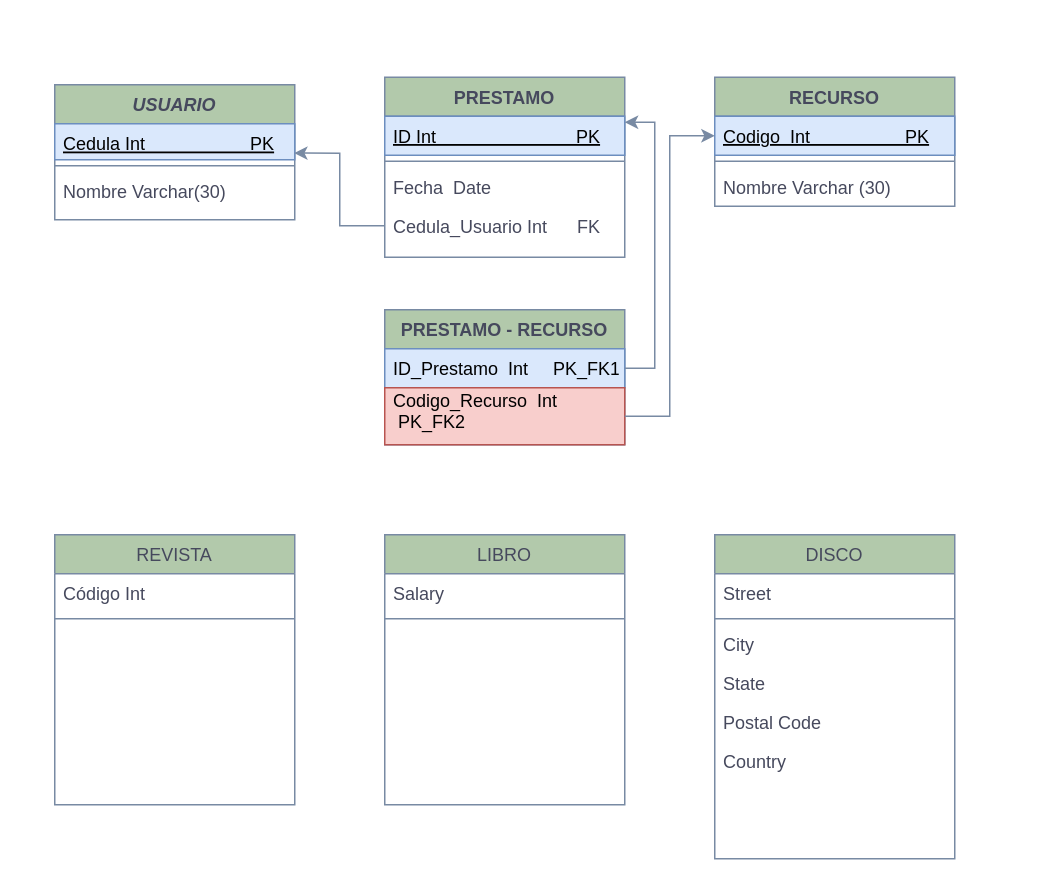
LillyOlivar/Proyectos-VHDL keeps this draw.io diagram as Diagrama sin título.drawio. Above is the earlier version. Source tidied: cells renumbered, new cells numbered last; positions are measured from the earlier drawing's top-left corner, leaving out a move shared by most shapes. Both pictures are drawn from the tidied source at 150%, with x=0, y=0 at pixel (54, 76).
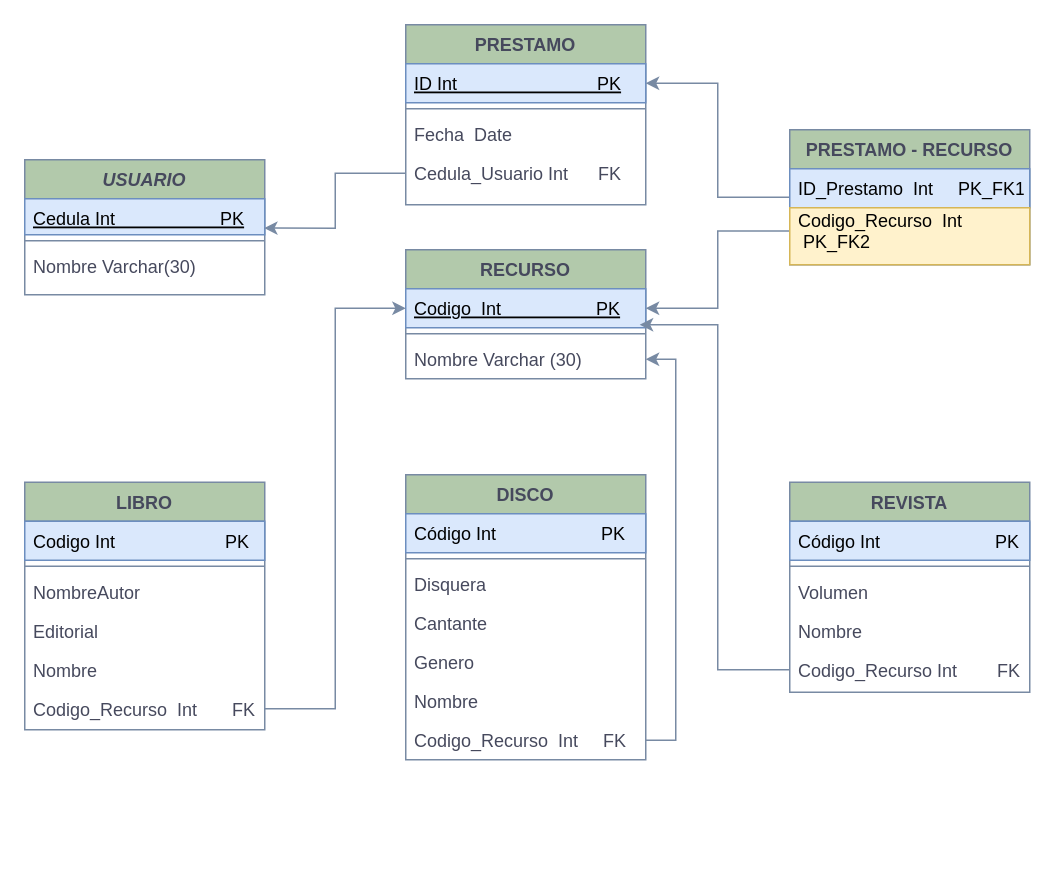
Above is the later version.

The change refers to these unchanged cells:
```xml
<mxCell id="7" value="Codigo  Int                   PK" style="text;align=left;verticalAlign=top;spacingLeft=4;spacingRight=4;overflow=hidden;points=[[0,0.5],[1,0.5]];portConstraint=eastwest;labelBackgroundColor=none;fillColor=#dae8fc;strokeColor=#6c8ebf;fontStyle=4;" parent="6" vertex="1">
  <mxGeometry y="26" width="160" height="26" as="geometry" />
</mxCell>
<mxCell id="9" value="Nombre Varchar (30)" style="text;align=left;verticalAlign=middle;spacingLeft=4;spacingRight=4;overflow=hidden;points=[[0,0.5],[1,0.5]];portConstraint=eastwest;labelBackgroundColor=none;fontColor=#46495D;" parent="6" vertex="1">
  <mxGeometry y="60" width="160" height="26" as="geometry" />
</mxCell>
<mxCell id="14" value="ID Int                            PK" style="text;align=left;verticalAlign=top;spacingLeft=4;spacingRight=4;overflow=hidden;points=[[0,0.5],[1,0.5]];portConstraint=eastwest;labelBackgroundColor=none;fillColor=#dae8fc;strokeColor=#6c8ebf;fontStyle=4;" parent="13" vertex="1">
  <mxGeometry y="26" width="160" height="26" as="geometry" />
</mxCell>
<mxCell id="29" value="ID_Prestamo  Int     PK_FK1" style="text;align=left;verticalAlign=top;spacingLeft=4;spacingRight=4;overflow=hidden;points=[[0,0.5],[1,0.5]];portConstraint=eastwest;labelBackgroundColor=none;fillColor=#dae8fc;strokeColor=#6c8ebf;" parent="28" vertex="1">
  <mxGeometry y="26" width="160" height="26" as="geometry" />
</mxCell>
```

Change to the diagram source:
```diff
@@
     <mxCell id="2" value="USUARIO" style="swimlane;fontStyle=3;align=center;verticalAlign=middle;horizontal=1;startSize=26;rounded=0;shadow=0;strokeWidth=1;labelBackgroundColor=none;fillColor=#B2C9AB;strokeColor=#788AA3;fontColor=#46495D;" parent="1" vertex="1">
-      <mxGeometry y="5" width="160" height="90" as="geometry" />
+      <mxGeometry x="-20" y="55" width="160" height="90" as="geometry" />
     </mxCell>
@@
     <mxCell id="6" value="RECURSO" style="swimlane;fontStyle=1;align=center;verticalAlign=top;horizontal=1;startSize=26;rounded=0;shadow=0;strokeWidth=1;labelBackgroundColor=none;fillColor=#B2C9AB;strokeColor=#788AA3;fontColor=#46495D;" parent="1" vertex="1">
-      <mxGeometry x="440" width="160" height="86" as="geometry" />
+      <mxGeometry x="234" y="115" width="160" height="86" as="geometry" />
     </mxCell>
@@
-    <mxCell id="10" value="LIBRO" style="swimlane;fontStyle=0;align=center;verticalAlign=top;horizontal=1;startSize=26;rounded=0;shadow=0;strokeWidth=1;labelBackgroundColor=none;fillColor=#B2C9AB;strokeColor=#788AA3;fontColor=#46495D;" parent="1" vertex="1">
-      <mxGeometry x="220" y="305" width="160" height="180" as="geometry" />
+    <mxCell id="10" value="LIBRO" style="swimlane;fontStyle=1;align=center;verticalAlign=top;horizontal=1;startSize=26;rounded=0;shadow=0;strokeWidth=1;labelBackgroundColor=none;fillColor=#B2C9AB;strokeColor=#788AA3;fontColor=#46495D;" parent="1" vertex="1">
+      <mxGeometry x="-20" y="270" width="160" height="165" as="geometry" />
     </mxCell>
-    <mxCell id="11" value="Salary" style="text;align=left;verticalAlign=top;spacingLeft=4;spacingRight=4;overflow=hidden;labelBackgroundColor=none;fontColor=#46495D;" parent="10" vertex="1">
+    <mxCell id="11" value="Codigo Int                      PK" style="text;align=left;verticalAlign=top;spacingLeft=4;spacingRight=4;overflow=hidden;labelBackgroundColor=none;fillColor=#dae8fc;strokeColor=#6c8ebf;" parent="10" vertex="1">
       <mxGeometry y="26" width="160" height="26" as="geometry" />
     </mxCell>
@@
+    <mxCell id="34" value="NombreAutor" style="text;align=left;verticalAlign=top;spacingLeft=4;spacingRight=4;overflow=hidden;labelBackgroundColor=none;fontColor=#46495D;" parent="10" vertex="1">
+      <mxGeometry y="60" width="160" height="26" as="geometry" />
+    </mxCell>
+    <mxCell id="35" value="Editorial" style="text;align=left;verticalAlign=top;spacingLeft=4;spacingRight=4;overflow=hidden;labelBackgroundColor=none;fontColor=#46495D;" parent="10" vertex="1">
+      <mxGeometry y="86" width="160" height="26" as="geometry" />
+    </mxCell>
+    <mxCell id="36" value="Nombre" style="text;align=left;verticalAlign=top;spacingLeft=4;spacingRight=4;overflow=hidden;labelBackgroundColor=none;fontColor=#46495D;" parent="10" vertex="1">
+      <mxGeometry y="112" width="160" height="26" as="geometry" />
+    </mxCell>
+    <mxCell id="37" value="Codigo_Recurso  Int       FK" style="text;align=left;verticalAlign=top;spacingLeft=4;spacingRight=4;overflow=hidden;points=[[0,0.5],[1,0.5]];portConstraint=eastwest;labelBackgroundColor=none;fontColor=#46495D;" parent="10" vertex="1">
+      <mxGeometry y="138" width="160" height="26" as="geometry" />
+    </mxCell>
     <mxCell id="13" value="PRESTAMO" style="swimlane;fontStyle=1;align=center;verticalAlign=middle;horizontal=1;startSize=26;rounded=0;shadow=0;strokeWidth=1;labelBackgroundColor=none;fillColor=#B2C9AB;strokeColor=#788AA3;fontColor=#46495D;" parent="1" vertex="1">
-      <mxGeometry x="220" width="160" height="120" as="geometry" />
+      <mxGeometry x="234" y="-35" width="160" height="120" as="geometry" />
     </mxCell>
@@
-    <mxCell id="18" value="DISCO" style="swimlane;fontStyle=0;align=center;verticalAlign=top;horizontal=1;startSize=26;rounded=0;shadow=0;strokeWidth=1;labelBackgroundColor=none;fillColor=#B2C9AB;strokeColor=#788AA3;fontColor=#46495D;" parent="1" vertex="1">
-      <mxGeometry x="440" y="305" width="160" height="216" as="geometry" />
+    <mxCell id="18" value="DISCO" style="swimlane;fontStyle=1;align=center;verticalAlign=top;horizontal=1;startSize=26;rounded=0;shadow=0;strokeWidth=1;labelBackgroundColor=none;fillColor=#B2C9AB;strokeColor=#788AA3;fontColor=#46495D;" parent="1" vertex="1">
+      <mxGeometry x="234" y="265" width="160" height="190" as="geometry" />
     </mxCell>
-    <mxCell id="19" value="Street" style="text;align=left;verticalAlign=top;spacingLeft=4;spacingRight=4;overflow=hidden;labelBackgroundColor=none;fontColor=#46495D;" parent="18" vertex="1">
+    <mxCell id="19" value="Código Int                     PK" style="text;align=left;verticalAlign=top;spacingLeft=4;spacingRight=4;overflow=hidden;labelBackgroundColor=none;fillColor=#dae8fc;strokeColor=#6c8ebf;" parent="18" vertex="1">
       <mxGeometry y="26" width="160" height="26" as="geometry" />
     </mxCell>
@@
-    <mxCell id="21" value="City" style="text;align=left;verticalAlign=top;spacingLeft=4;spacingRight=4;overflow=hidden;rounded=0;shadow=0;html=0;labelBackgroundColor=none;fontColor=#46495D;" parent="18" vertex="1">
+    <mxCell id="21" value="Disquera" style="text;align=left;verticalAlign=top;spacingLeft=4;spacingRight=4;overflow=hidden;rounded=0;shadow=0;html=0;labelBackgroundColor=none;fontColor=#46495D;" parent="18" vertex="1">
       <mxGeometry y="60" width="160" height="26" as="geometry" />
     </mxCell>
-    <mxCell id="22" value="State" style="text;align=left;verticalAlign=top;spacingLeft=4;spacingRight=4;overflow=hidden;rounded=0;shadow=0;html=0;labelBackgroundColor=none;fontColor=#46495D;" parent="18" vertex="1">
+    <mxCell id="22" value="Cantante" style="text;align=left;verticalAlign=top;spacingLeft=4;spacingRight=4;overflow=hidden;rounded=0;shadow=0;html=0;labelBackgroundColor=none;fontColor=#46495D;" parent="18" vertex="1">
       <mxGeometry y="86" width="160" height="26" as="geometry" />
     </mxCell>
-    <mxCell id="23" value="Postal Code" style="text;align=left;verticalAlign=top;spacingLeft=4;spacingRight=4;overflow=hidden;rounded=0;shadow=0;html=0;labelBackgroundColor=none;fontColor=#46495D;" parent="18" vertex="1">
+    <mxCell id="23" value="Genero" style="text;align=left;verticalAlign=top;spacingLeft=4;spacingRight=4;overflow=hidden;rounded=0;shadow=0;html=0;labelBackgroundColor=none;fontColor=#46495D;" parent="18" vertex="1">
       <mxGeometry y="112" width="160" height="26" as="geometry" />
     </mxCell>
-    <mxCell id="24" value="Country" style="text;align=left;verticalAlign=top;spacingLeft=4;spacingRight=4;overflow=hidden;rounded=0;shadow=0;html=0;labelBackgroundColor=none;fontColor=#46495D;" parent="18" vertex="1">
+    <mxCell id="24" value="Nombre" style="text;align=left;verticalAlign=top;spacingLeft=4;spacingRight=4;overflow=hidden;rounded=0;shadow=0;html=0;labelBackgroundColor=none;fontColor=#46495D;" parent="18" vertex="1">
       <mxGeometry y="138" width="160" height="26" as="geometry" />
     </mxCell>
+    <mxCell id="38" value="Codigo_Recurso  Int     FK" style="text;align=left;verticalAlign=top;spacingLeft=4;spacingRight=4;overflow=hidden;points=[[0,0.5],[1,0.5]];portConstraint=eastwest;rounded=0;shadow=0;html=0;labelBackgroundColor=none;fontColor=#46495D;" parent="18" vertex="1">
+      <mxGeometry y="164" width="160" height="26" as="geometry" />
+    </mxCell>
-    <mxCell id="25" value="REVISTA" style="swimlane;fontStyle=0;align=center;verticalAlign=top;horizontal=1;startSize=26;rounded=0;shadow=0;strokeWidth=1;labelBackgroundColor=none;fillColor=#B2C9AB;strokeColor=#788AA3;fontColor=#46495D;" parent="1" vertex="1">
-      <mxGeometry y="305" width="160" height="180" as="geometry" />
+    <mxCell id="25" value="REVISTA" style="swimlane;fontStyle=1;align=center;verticalAlign=top;horizontal=1;startSize=26;rounded=0;shadow=0;strokeWidth=1;labelBackgroundColor=none;fillColor=#B2C9AB;strokeColor=#788AA3;fontColor=#46495D;" parent="1" vertex="1">
+      <mxGeometry x="490" y="270" width="160" height="140" as="geometry" />
     </mxCell>
-    <mxCell id="26" value="Código Int" style="text;align=left;verticalAlign=top;spacingLeft=4;spacingRight=4;overflow=hidden;labelBackgroundColor=none;fontColor=#46495D;" parent="25" vertex="1">
+    <mxCell id="26" value="Código Int                       PK" style="text;align=left;verticalAlign=top;spacingLeft=4;spacingRight=4;overflow=hidden;labelBackgroundColor=none;fillColor=#dae8fc;strokeColor=#6c8ebf;" parent="25" vertex="1">
       <mxGeometry y="26" width="160" height="26" as="geometry" />
     </mxCell>
@@
+    <mxCell id="39" value="Volumen" style="text;align=left;verticalAlign=top;spacingLeft=4;spacingRight=4;overflow=hidden;labelBackgroundColor=none;fontColor=#46495D;" parent="25" vertex="1">
+      <mxGeometry y="60" width="160" height="26" as="geometry" />
+    </mxCell>
+    <mxCell id="40" value="Nombre" style="text;align=left;verticalAlign=top;spacingLeft=4;spacingRight=4;overflow=hidden;labelBackgroundColor=none;fontColor=#46495D;" parent="25" vertex="1">
+      <mxGeometry y="86" width="160" height="26" as="geometry" />
+    </mxCell>
+    <mxCell id="41" value="Codigo_Recurso Int        FK" style="text;align=left;verticalAlign=top;spacingLeft=4;spacingRight=4;overflow=hidden;points=[[0,0.5],[1,0.5]];portConstraint=eastwest;labelBackgroundColor=none;fontColor=#46495D;" parent="25" vertex="1">
+      <mxGeometry y="112" width="160" height="26" as="geometry" />
+    </mxCell>
+    <mxCell id="42" style="edgeStyle=orthogonalEdgeStyle;rounded=0;jettySize=auto;html=1;exitX=0;exitY=0.75;exitDx=0;exitDy=0;strokeColor=#788AA3;fontColor=#46495D;fillColor=#B2C9AB;" parent="1" edge="1" source="28" target="7">
+      <mxGeometry relative="1" as="geometry" />
+    </mxCell>
+    <mxCell id="43" style="edgeStyle=orthogonalEdgeStyle;rounded=0;jettySize=auto;html=1;exitX=0;exitY=0.5;exitDx=0;exitDy=0;entryX=1;entryY=0.5;entryDx=0;entryDy=0;strokeColor=#788AA3;fontColor=#46495D;fillColor=#B2C9AB;" parent="1" edge="1" source="28" target="14">
+      <mxGeometry relative="1" as="geometry" />
+    </mxCell>
     <mxCell id="28" value="PRESTAMO - RECURSO" style="swimlane;fontStyle=1;align=center;verticalAlign=top;horizontal=1;startSize=26;rounded=0;shadow=0;strokeWidth=1;labelBackgroundColor=none;fillColor=#B2C9AB;strokeColor=#788AA3;fontColor=#46495D;" parent="1" vertex="1">
-      <mxGeometry x="220" y="155" width="160" height="90" as="geometry" />
+      <mxGeometry x="490" y="35" width="160" height="90" as="geometry" />
     </mxCell>
@@
-    <mxCell id="30" value="Codigo_Recurso  Int &#10; PK_FK2&#10;" style="text;align=left;verticalAlign=middle;spacingLeft=4;spacingRight=4;overflow=hidden;points=[[0,0.5],[1,0.5]];portConstraint=eastwest;labelBackgroundColor=none;fillColor=#f8cecc;strokeColor=#b85450;" parent="28" vertex="1">
+    <mxCell id="30" value="Codigo_Recurso  Int &#10; PK_FK2&#10;" style="text;align=left;verticalAlign=middle;spacingLeft=4;spacingRight=4;overflow=hidden;points=[[0,0.5],[1,0.5]];portConstraint=eastwest;labelBackgroundColor=none;fillColor=#fff2cc;strokeColor=#d6b656;" parent="28" vertex="1">
       <mxGeometry y="52" width="160" height="38" as="geometry" />
     </mxCell>
@@
-    <mxCell id="32" style="edgeStyle=orthogonalEdgeStyle;rounded=0;jettySize=auto;html=1;exitX=1;exitY=0.5;exitDx=0;exitDy=0;entryX=1;entryY=0.25;entryDx=0;entryDy=0;strokeColor=#788AA3;fontColor=#46495D;fillColor=#B2C9AB;" parent="1" edge="1" source="29" target="13">
-      <mxGeometry relative="1" as="geometry" />
-    </mxCell>
-    <mxCell id="33" style="edgeStyle=orthogonalEdgeStyle;rounded=0;jettySize=auto;html=1;exitX=1;exitY=0.5;exitDx=0;exitDy=0;strokeColor=#788AA3;fontColor=#46495D;fillColor=#B2C9AB;" parent="1" edge="1" source="30" target="7">
-      <mxGeometry relative="1" as="geometry" />
-    </mxCell>
+    <mxCell id="44" style="edgeStyle=orthogonalEdgeStyle;rounded=0;jettySize=auto;html=1;exitX=0;exitY=0.5;exitDx=0;exitDy=0;entryX=0.975;entryY=0.923;entryDx=0;entryDy=0;entryPerimeter=0;strokeColor=#788AA3;fontColor=#46495D;fillColor=#B2C9AB;" parent="1" edge="1" source="41" target="7">
+      <mxGeometry relative="1" as="geometry" />
+    </mxCell>
+    <mxCell id="45" style="edgeStyle=orthogonalEdgeStyle;rounded=0;jettySize=auto;html=1;exitX=1;exitY=0.5;exitDx=0;exitDy=0;entryX=1;entryY=0.5;entryDx=0;entryDy=0;strokeColor=#788AA3;fontColor=#46495D;fillColor=#B2C9AB;" parent="1" edge="1" source="38" target="9">
+      <mxGeometry relative="1" as="geometry" />
+    </mxCell>
+    <mxCell id="46" style="edgeStyle=orthogonalEdgeStyle;rounded=0;jettySize=auto;html=1;exitX=1;exitY=0.5;exitDx=0;exitDy=0;entryX=0;entryY=0.5;entryDx=0;entryDy=0;strokeColor=#788AA3;fontColor=#46495D;fillColor=#B2C9AB;" parent="1" edge="1" source="37" target="7">
+      <mxGeometry relative="1" as="geometry" />
+    </mxCell>
```
